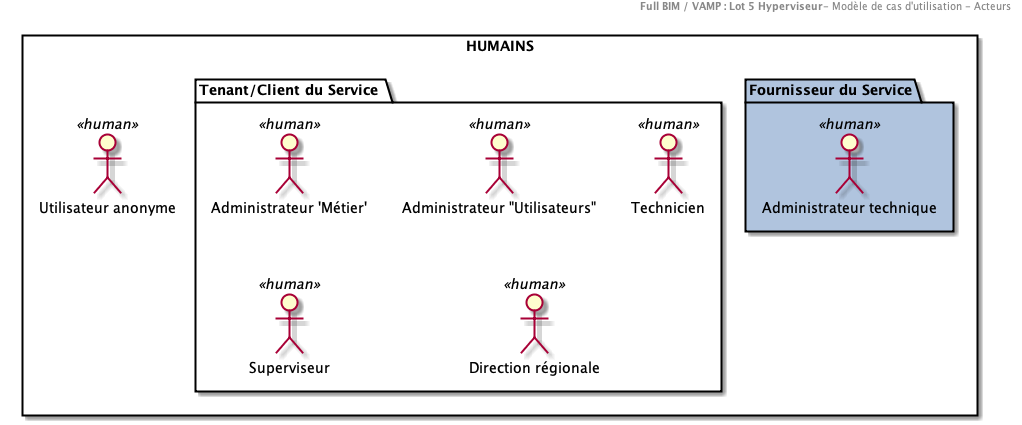
This is 1.ArchitectureDossier/images/0200.Actors.png from cogirep/documentation, a PlantUML export, as it was before one commit.
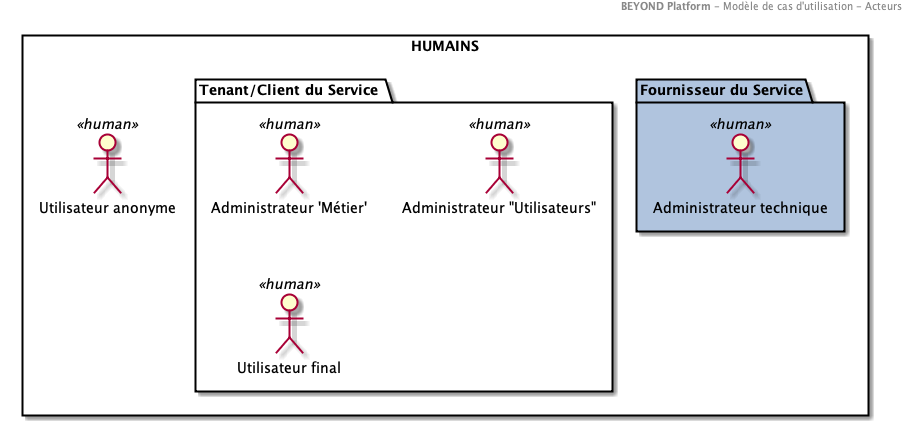
The same diagram one commit later.

What changed in the source:
```diff
@@ -1,6 +1,6 @@
 @startuml
 header
-<b>Full BIM / VAMP : Lot 5 Hyperviseur</b>- Modèle de cas d'utilisation - Acteurs
+<b>BEYOND Platform </b>- Modèle de cas d'utilisation - Acteurs
 end header
 
 Rectangle "HUMAINS" as HUMAINS  {
@@ -8,17 +8,13 @@
 
 
 Package "Fournisseur du Service"  as SRVPROVUSR #LightSteelBlue{
-  :Administrateur technique: as ACTOR2 <<human>>
+ :Administrateur technique: as ACTOR2 <<human>>
 }
 Package "Tenant/Client du Service "  as CLIENTUSR{
   :Administrateur 'Métier': as ACTOR3 <<human>>
-  :Administrateur "Utilisateurs": as ACTOR4 <<human>>
-  :Technicien: as ACTOR5 <<human>>
-  :Superviseur: as ACTOR6 <<human>>
-  :Direction régionale: as ACTOR7 <<human>>
+:Administrateur "Utilisateurs": as ACTOR4 <<human>>
+:Utilisateur final: as ACTOR5 <<human>>
 }
-:Utilisateur anonyme: as ACTOR8 <<human>>
+:Utilisateur anonyme: as ACTOR6 <<human>>
 }
-
-
 @enduml
```
